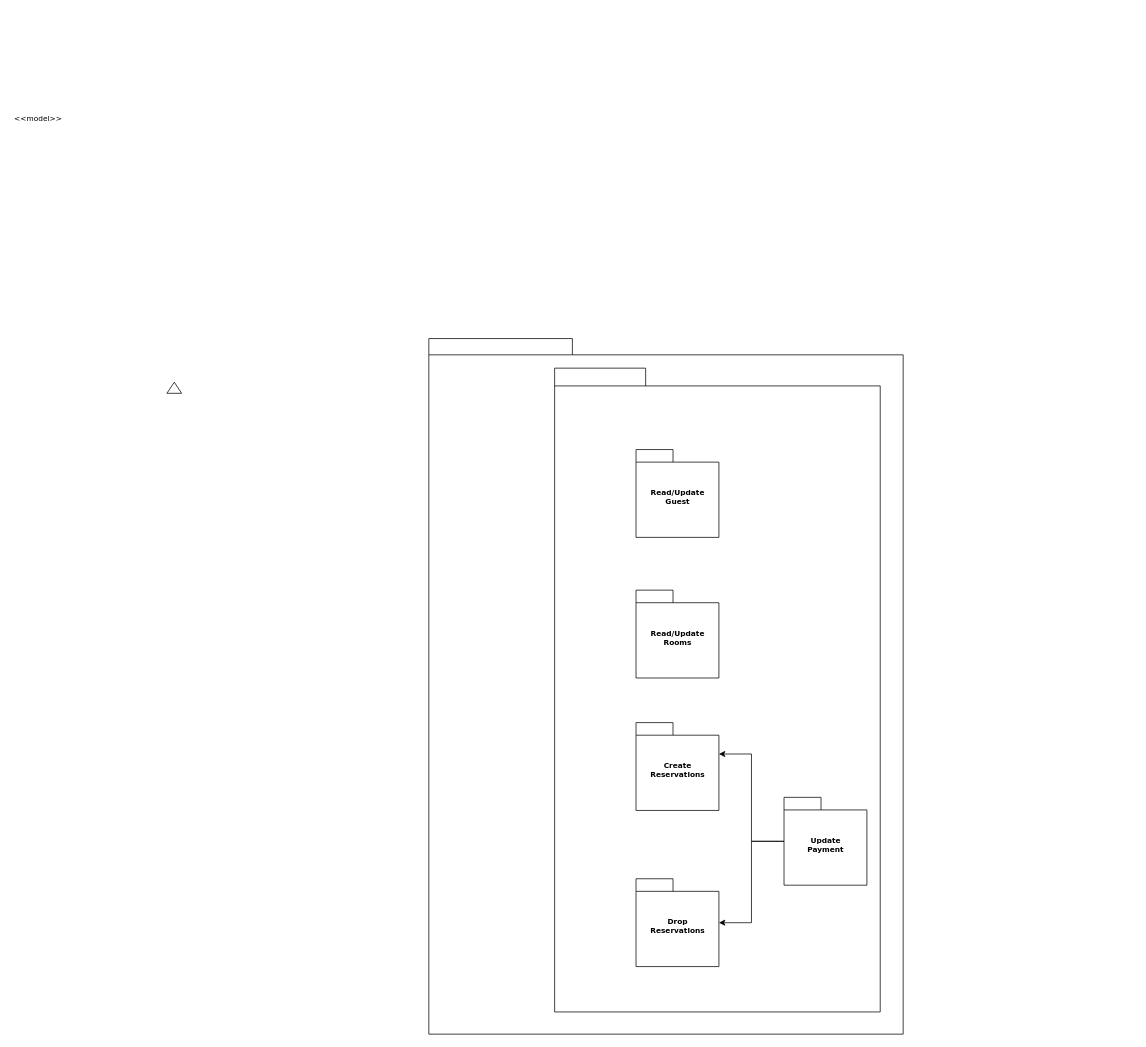
This is Untitled Diagram.drawio from pymeister/draw-io, a draw.io file, before an edit. Source tidied: cells renumbered, new cells numbered last; positions are measured from the earlier drawing's top-left corner, leaving out a move shared by most shapes. Both pictures are drawn from the tidied source at 74%, with x=0, y=0 at pixel (13, 112).
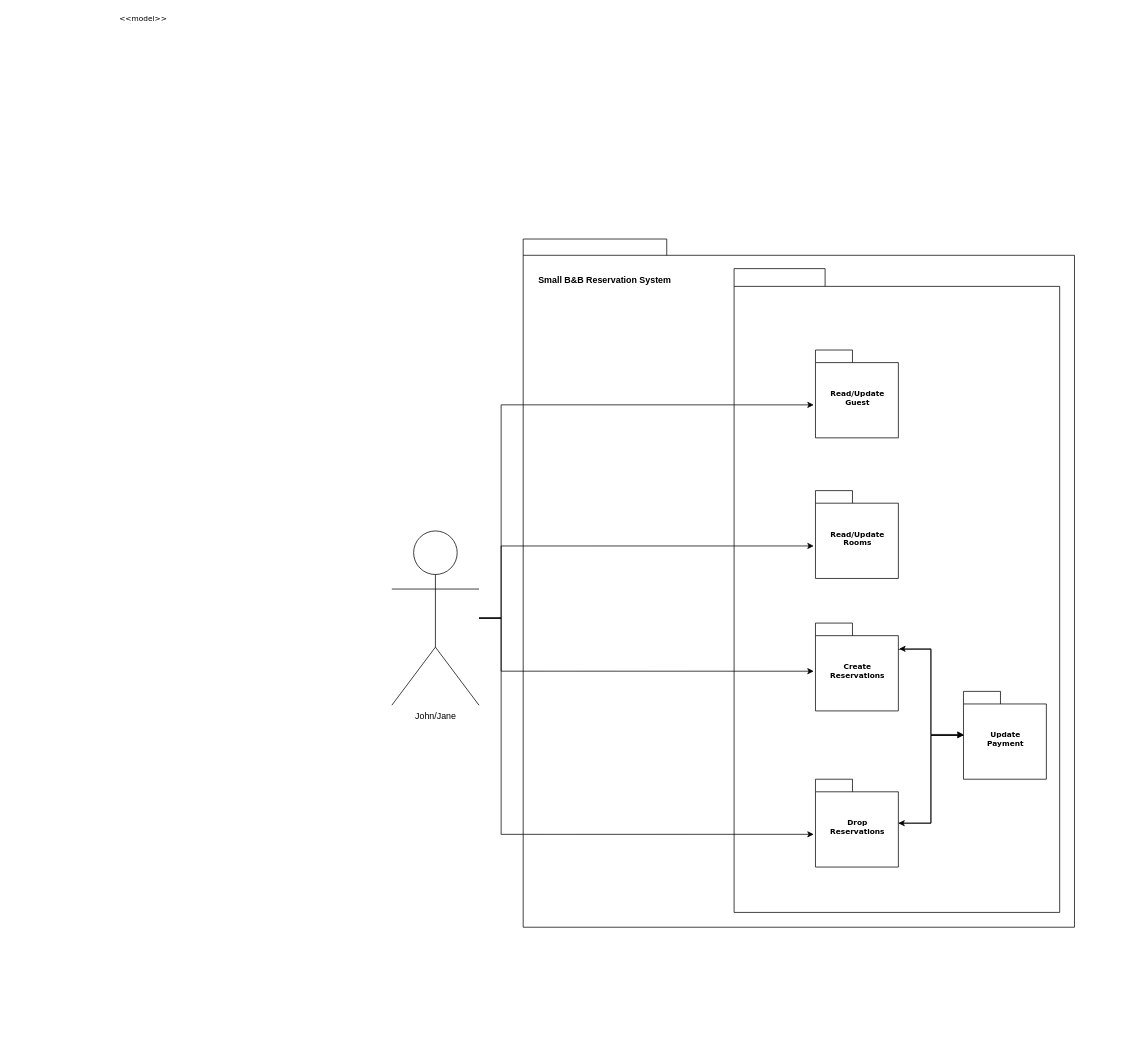
After the change.

The change refers to these unchanged cells:
```xml
<mxCell id="9" value="&lt;div&gt;Create&lt;/div&gt;&lt;div&gt;Reservations&lt;br&gt;&lt;/div&gt;" style="shape=folder;fontStyle=1;spacingTop=10;tabWidth=50;tabHeight=17;tabPosition=left;html=1;rounded=0;shadow=0;comic=0;labelBackgroundColor=none;strokeWidth=1;fontFamily=Verdana;fontSize=10;align=center;" parent="5" vertex="1">
  <mxGeometry y="479" width="112" height="118.7" as="geometry" />
</mxCell>
<mxCell id="10" value="&lt;div&gt;Drop&lt;/div&gt;&lt;div&gt;Reservations&lt;br&gt;&lt;/div&gt;" style="shape=folder;fontStyle=1;spacingTop=10;tabWidth=50;tabHeight=17;tabPosition=left;html=1;rounded=0;shadow=0;comic=0;labelBackgroundColor=none;strokeWidth=1;fontFamily=Verdana;fontSize=10;align=center;" parent="5" vertex="1">
  <mxGeometry y="690" width="112" height="118.7" as="geometry" />
</mxCell>
```

The edit, as a diff of the source:
```diff
@@
-    <mxCell id="2" style="triangle;whiteSpace=wrap;html=1;rounded=0;shadow=0;comic=0;labelBackgroundColor=none;strokeColor=#000000;strokeWidth=1;fillColor=#ffffff;fontFamily=Verdana;fontSize=10;fontColor=#000000;align=center;rotation=-90;" parent="1" vertex="1">
-      <mxGeometry x="210.5" y="362.5" width="15" height="20" as="geometry" />
-    </mxCell>
+    <mxCell id="4" style="shape=folder;fontStyle=1;spacingTop=10;tabWidth=194;tabHeight=22;tabPosition=left;html=1;rounded=0;shadow=0;comic=0;labelBackgroundColor=none;strokeWidth=1;fillColor=none;fontFamily=Verdana;fontSize=10;align=center;" parent="1" vertex="1">
+      <mxGeometry x="689.5" y="171.5" width="745" height="930" as="geometry" />
+    </mxCell>
     <mxCell id="3" value="&amp;lt;&amp;lt;model&amp;gt;&amp;gt;" style="text;html=1;align=left;verticalAlign=top;spacingTop=-4;fontSize=10;fontFamily=Verdana;" parent="1" vertex="1">
-      <mxGeometry x="-0.5" y="0.5" width="130" height="20" as="geometry" />
+      <mxGeometry x="142" y="-134" width="130" height="20" as="geometry" />
     </mxCell>
-    <mxCell id="4" style="shape=folder;fontStyle=1;spacingTop=10;tabWidth=194;tabHeight=22;tabPosition=left;html=1;rounded=0;shadow=0;comic=0;labelBackgroundColor=none;strokeWidth=1;fillColor=none;fontFamily=Verdana;fontSize=10;align=center;" parent="1" vertex="1">
-      <mxGeometry x="562" y="306" width="641" height="940" as="geometry" />
-    </mxCell>
     <mxCell id="5" style="group;" parent="1" vertex="1">
-      <mxGeometry x="842" y="346" width="340" height="870" as="geometry" />
+      <mxGeometry x="1084.5" y="211.5" width="430" height="900" as="geometry" />
     </mxCell>
@@
+    <mxCell id="14" style="edgeStyle=orthogonalEdgeStyle;rounded=0;jettySize=auto;html=1;" parent="5" edge="1" source="10" target="12">
+      <mxGeometry relative="1" as="geometry" />
+    </mxCell>
@@
     <mxCell id="12" value="&lt;div&gt;Update&lt;/div&gt;&lt;div&gt;Payment&lt;br&gt;&lt;/div&gt;" style="shape=folder;fontStyle=1;spacingTop=10;tabWidth=50;tabHeight=17;tabPosition=left;html=1;rounded=0;shadow=0;comic=0;labelBackgroundColor=none;strokeWidth=1;fontFamily=Verdana;fontSize=10;align=center;" parent="5" vertex="1">
-      <mxGeometry x="200" y="580" width="112" height="118.7" as="geometry" />
+      <mxGeometry x="200" y="571.3" width="112" height="118.7" as="geometry" />
     </mxCell>
+    <mxCell id="15" style="edgeStyle=orthogonalEdgeStyle;rounded=0;orthogonalLoop=1;jettySize=auto;html=1;entryX=0;entryY=0.505;entryDx=0;entryDy=0;entryPerimeter=0;" parent="5" edge="1">
+      <mxGeometry relative="1" as="geometry">
+        <mxPoint x="112" y="514.5" as="sourcePoint" />
+        <mxPoint x="200" y="629.5" as="targetPoint" />
+        <Array as="points">
+          <mxPoint x="156" y="514.5" />
+          <mxPoint x="156" y="629.5" />
+        </Array>
+      </mxGeometry>
+    </mxCell>
-    <mxCell id="13" style="edgeStyle=orthogonalEdgeStyle;rounded=0;jettySize=auto;html=1;entryX=0;entryY=0;entryDx=112;entryDy=42.43575345815286;entryPerimeter=0;" parent="5" edge="1" source="12" target="9">
+    <mxCell id="13" style="edgeStyle=orthogonalEdgeStyle;rounded=0;jettySize=auto;html=1;entryX=1.01;entryY=0.293;entryDx=0;entryDy=0;entryPerimeter=0;" parent="5" edge="1" source="12" target="9">
       <mxGeometry relative="1" as="geometry" />
     </mxCell>
+    <mxCell id="16" value="&lt;b&gt;Small B&amp;amp;B Reservation System&lt;/b&gt;" style="text;html=1;strokeColor=none;fillColor=none;align=center;verticalAlign=middle;whiteSpace=wrap;rounded=0;" parent="1" vertex="1">
+      <mxGeometry x="694.5" y="211.5" width="210" height="30" as="geometry" />
+    </mxCell>
+    <mxCell id="17" value="John/Jane" style="shape=umlActor;verticalLabelPosition=bottom;verticalAlign=top;html=1;outlineConnect=0;" parent="1" vertex="1">
+      <mxGeometry x="512" y="566" width="117.8" height="235.5" as="geometry" />
+    </mxCell>
+    <mxCell id="18" style="edgeStyle=orthogonalEdgeStyle;rounded=0;jettySize=auto;html=1;entryX=0.527;entryY=0.241;entryDx=0;entryDy=0;entryPerimeter=0;" parent="1" edge="1" source="17" target="4">
+      <mxGeometry relative="1" as="geometry" />
+    </mxCell>
+    <mxCell id="19" style="edgeStyle=orthogonalEdgeStyle;rounded=0;jettySize=auto;html=1;entryX=0.527;entryY=0.446;entryDx=0;entryDy=0;entryPerimeter=0;" parent="1" edge="1" source="17" target="4">
+      <mxGeometry relative="1" as="geometry" />
+    </mxCell>
+    <mxCell id="20" style="edgeStyle=orthogonalEdgeStyle;rounded=0;jettySize=auto;html=1;entryX=0.527;entryY=0.628;entryDx=0;entryDy=0;entryPerimeter=0;" parent="1" edge="1" source="17" target="4">
+      <mxGeometry relative="1" as="geometry" />
+    </mxCell>
+    <mxCell id="21" style="edgeStyle=orthogonalEdgeStyle;rounded=0;jettySize=auto;html=1;entryX=0.527;entryY=0.865;entryDx=0;entryDy=0;entryPerimeter=0;" parent="1" edge="1" source="17" target="4">
+      <mxGeometry relative="1" as="geometry" />
+    </mxCell>
```
